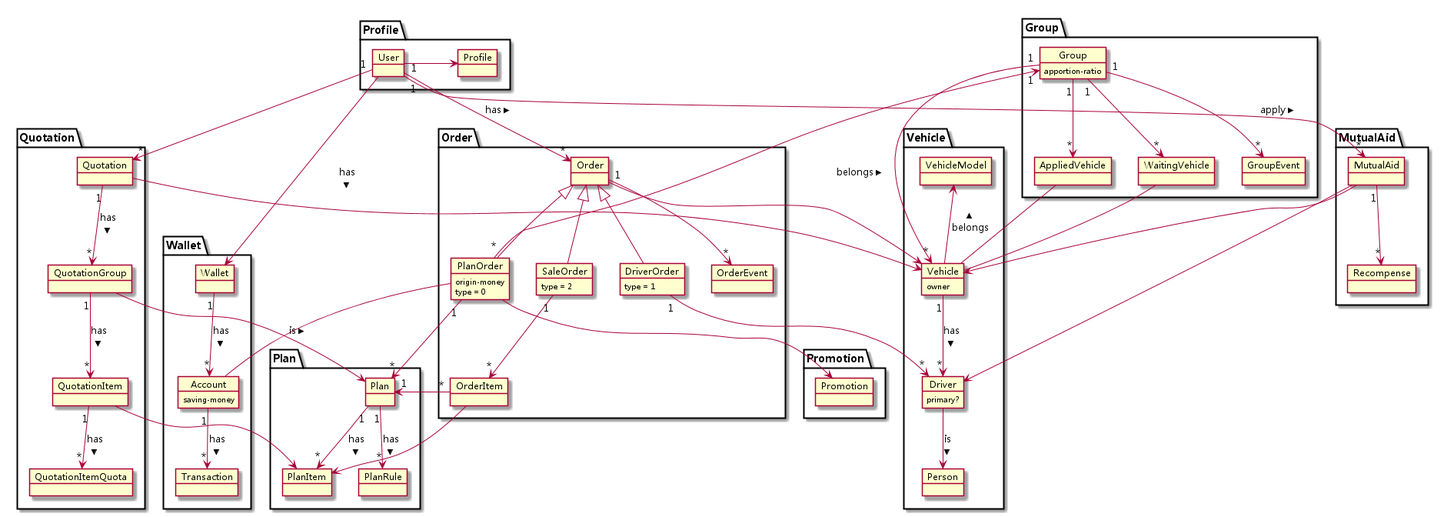
This is img/models.png from titan/hive-quotation-service, a PlantUML export, as it was before one commit.
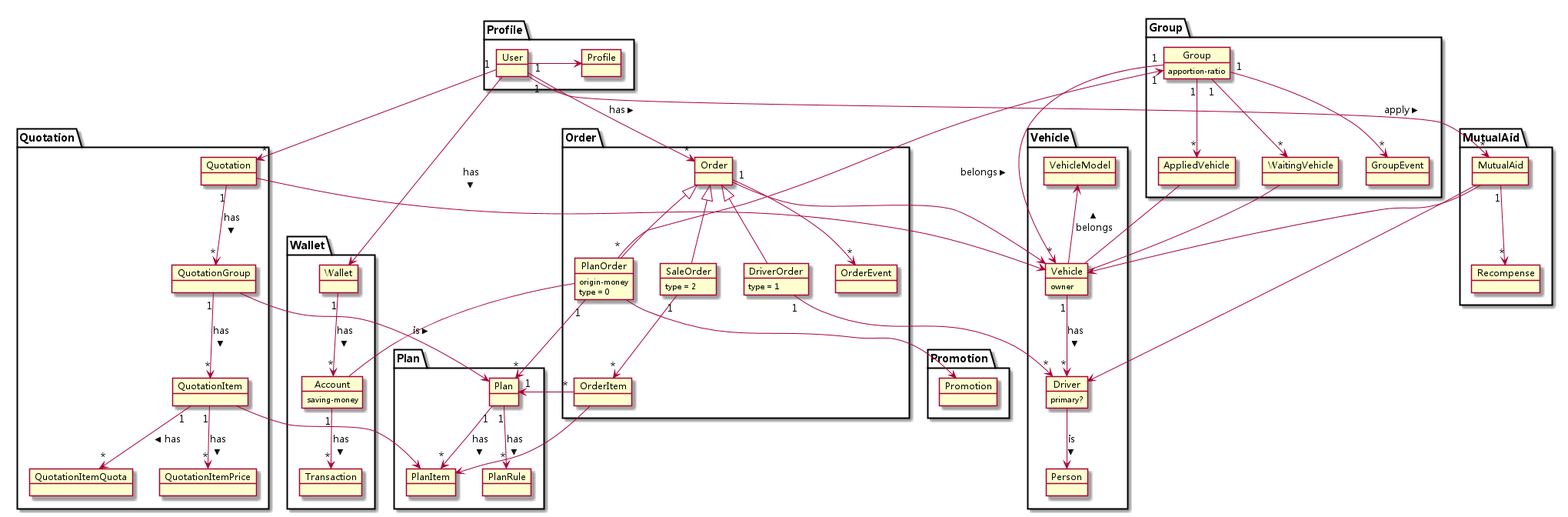
Above is the later version.

What changed in the source:
```diff
@@ -57,6 +57,7 @@
   object QuotationGroup
   object QuotationItem
   object QuotationItemQuota
+  object QuotationItemPrice
 }
 package Promotion {
   object Promotion
@@ -113,6 +114,7 @@
 QuotationGroup -> Plan : is >
 QuotationGroup "1" --> "*" QuotationItem : has >
 QuotationItem "1" --> "*" QuotationItemQuota : has >
+QuotationItem "1" --> "*" QuotationItemPrice : has >
 
 PlanItem <- QuotationItem
 
```
